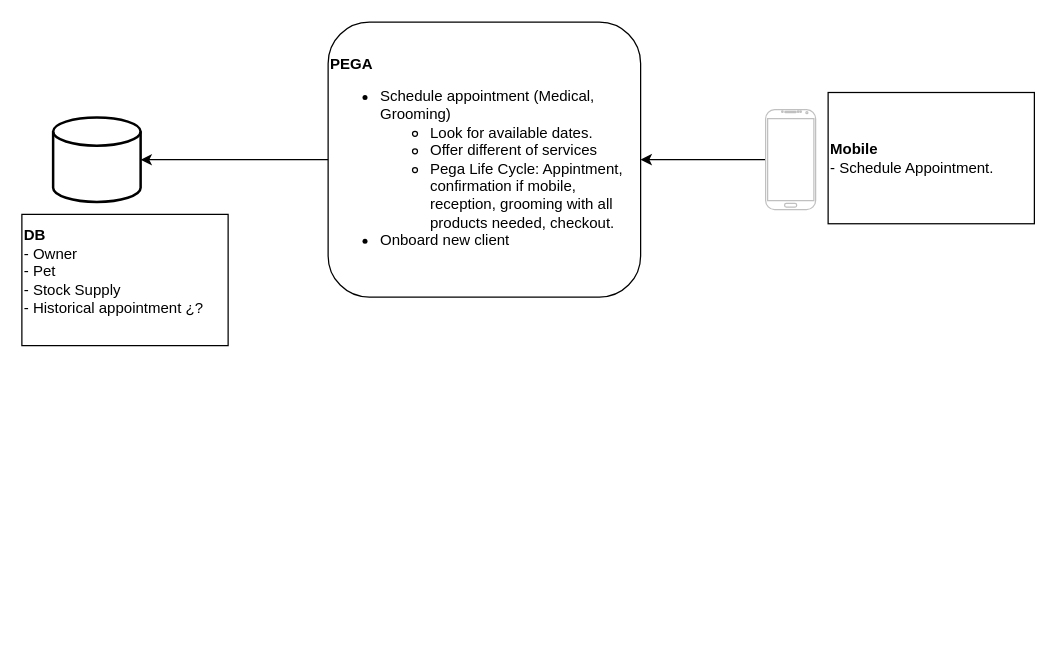
Before: VetSystem.drawio in dennChoy/DrawIO, a draw.io diagram. Source tidied: cells renumbered, new cells numbered last; positions are measured from the earlier drawing's top-left corner, leaving out a move shared by most shapes. Both pictures are drawn from the tidied source at 125%, with x=0, y=0 at pixel (21, 21).
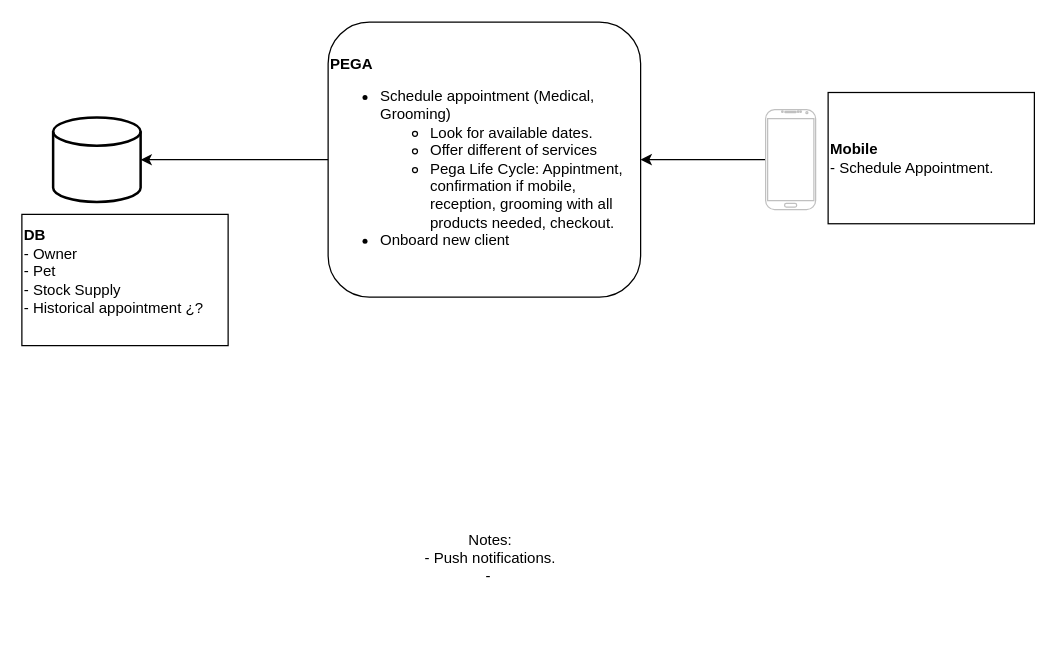
The same page after the edit.

The edit, as a diff of the source:
```diff
@@
 <mxGraphModel>
   <root>
     <mxCell id="0" />
     <mxCell id="1" parent="0" />
     <mxCell id="2" style="strokeWidth=2;html=1;shape=mxgraph.flowchart.database;whiteSpace=wrap;" parent="1" vertex="1">
       <mxGeometry x="25" y="76.5" width="70" height="67.5" as="geometry" />
     </mxCell>
     <mxCell id="3" value="&lt;b&gt;PEGA&lt;/b&gt;&lt;br&gt;&lt;ul&gt;&lt;li&gt;Schedule appointment (Medical, Grooming)&lt;/li&gt;&lt;ul&gt;&lt;li&gt;Look for available dates.&lt;/li&gt;&lt;li&gt;Offer different of services&lt;/li&gt;&lt;li&gt;Pega Life Cycle: Appintment, confirmation if mobile, reception, grooming with all products needed, checkout.&amp;nbsp;&lt;/li&gt;&lt;/ul&gt;&lt;li&gt;Onboard new client&lt;/li&gt;&lt;/ul&gt;" style="rounded=1;whiteSpace=wrap;html=1;align=left;" parent="1" vertex="1">
       <mxGeometry x="245" y="0.2" width="250" height="220" as="geometry" />
     </mxCell>
     <mxCell id="4" value="&lt;div style=&quot;&quot;&gt;&lt;span style=&quot;background-color: initial;&quot;&gt;&lt;b&gt;DB&lt;/b&gt;&lt;/span&gt;&lt;/div&gt;&lt;div style=&quot;&quot;&gt;&lt;span style=&quot;background-color: initial;&quot;&gt;- Owner&lt;/span&gt;&lt;/div&gt;&lt;div style=&quot;&quot;&gt;&lt;span style=&quot;background-color: initial;&quot;&gt;- Pet&lt;/span&gt;&lt;/div&gt;&lt;div style=&quot;&quot;&gt;- Stock Supply&lt;/div&gt;&lt;div style=&quot;&quot;&gt;- Historical appointment ¿?&lt;/div&gt;&lt;div style=&quot;&quot;&gt;&lt;br&gt;&lt;/div&gt;" style="whiteSpace=wrap;html=1;align=left;" parent="1" vertex="1">
       <mxGeometry y="154" width="165" height="105" as="geometry" />
     </mxCell>
     <mxCell id="5" style="edgeStyle=orthogonalEdgeStyle;rounded=0;jettySize=auto;html=1;" parent="1" edge="1" source="6" target="3">
       <mxGeometry relative="1" as="geometry" />
     </mxCell>
     <mxCell id="6" style="verticalLabelPosition=bottom;verticalAlign=top;html=1;shadow=0;dashed=0;strokeWidth=1;shape=mxgraph.android.phone2;strokeColor=#c0c0c0;" parent="1" vertex="1">
       <mxGeometry x="595" y="70.2" width="40" height="80" as="geometry" />
     </mxCell>
     <mxCell id="7" style="edgeStyle=orthogonalEdgeStyle;rounded=0;jettySize=auto;html=1;exitX=0;exitY=0.5;exitDx=0;exitDy=0;entryX=1;entryY=0.5;entryDx=0;entryDy=0;entryPerimeter=0;" parent="1" edge="1" source="3" target="2">
       <mxGeometry relative="1" as="geometry" />
     </mxCell>
     <mxCell id="8" value="&lt;div style=&quot;&quot;&gt;&lt;span style=&quot;background-color: initial;&quot;&gt;&lt;b&gt;Mobile&lt;/b&gt;&lt;/span&gt;&lt;/div&gt;&lt;div style=&quot;&quot;&gt;&lt;span style=&quot;background-color: initial;&quot;&gt;- Schedule Appointment.&lt;/span&gt;&lt;/div&gt;" style="whiteSpace=wrap;html=1;align=left;" parent="1" vertex="1">
       <mxGeometry x="645" y="56.5" width="165" height="105" as="geometry" />
     </mxCell>
+    <mxCell id="9" value="Notes:&lt;br&gt;- Push notifications.&lt;br&gt;-&amp;nbsp;" style="text;html=1;strokeColor=none;fillColor=none;align=center;verticalAlign=middle;whiteSpace=wrap;rounded=0;" parent="1" vertex="1">
+      <mxGeometry x="215" y="369" width="320" height="120" as="geometry" />
+    </mxCell>
   </root>
 </mxGraphModel>
```
